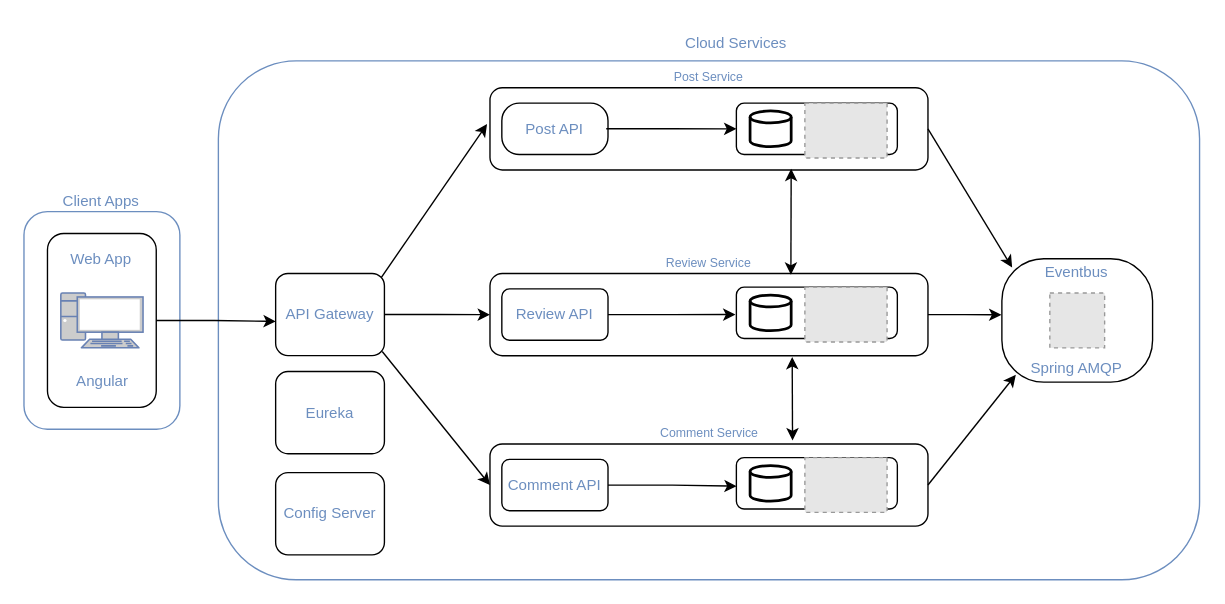
The draw.io diagram architecture/architecture.drawio in pxlit-projects/project-BeytullahDuzenliPXL, before the edit. Source tidied: cells renumbered, new cells numbered last; positions are measured from the earlier drawing's top-left corner, leaving out a move shared by most shapes. Both pictures are drawn from the tidied source at 137%, with x=0, y=0 at pixel (-7, -171). Pictures stored in the file or linked from it are replaced by grey dashed boxes.
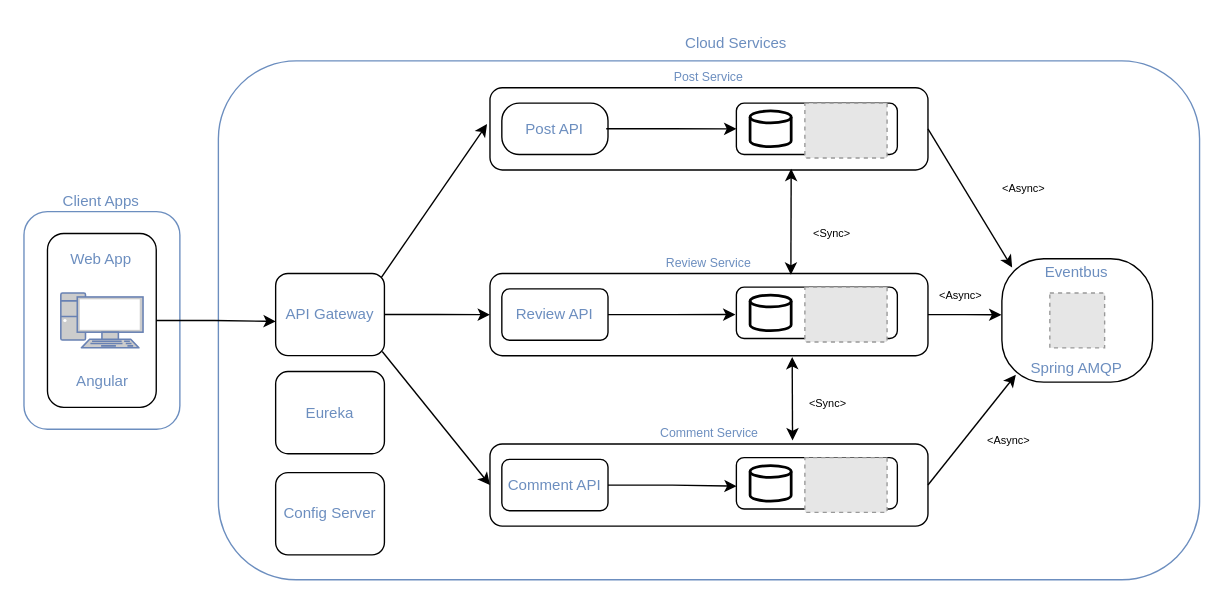
The same page after the edit.

Change to the diagram source:
```diff
@@
+    <mxCell id="53" value="&lt;font style=&quot;font-size: 8px;&quot;&gt;&amp;lt;Async&amp;gt;&lt;/font&gt;" style="text;html=1;strokeColor=none;fillColor=none;align=center;verticalAlign=middle;whiteSpace=wrap;rounded=0;" parent="1" vertex="1">
+      <mxGeometry x="722" y="246" width="60" height="30" as="geometry" />
+    </mxCell>
+    <mxCell id="54" value="&lt;font style=&quot;font-size: 8px;&quot;&gt;&amp;lt;Async&amp;gt;&lt;/font&gt;" style="text;html=1;strokeColor=none;fillColor=none;align=center;verticalAlign=middle;whiteSpace=wrap;rounded=0;" parent="1" vertex="1">
+      <mxGeometry x="675.8" y="324.2" width="60" height="30" as="geometry" />
+    </mxCell>
+    <mxCell id="55" value="&lt;font style=&quot;font-size: 8px;&quot;&gt;&amp;lt;Async&amp;gt;&lt;/font&gt;" style="text;html=1;strokeColor=none;fillColor=none;align=center;verticalAlign=middle;whiteSpace=wrap;rounded=0;" parent="1" vertex="1">
+      <mxGeometry x="710.8" y="429.8" width="60" height="30" as="geometry" />
+    </mxCell>
+    <mxCell id="56" value="&lt;font style=&quot;font-size: 8px;&quot;&gt;&amp;lt;Sync&amp;gt;&lt;/font&gt;" style="text;html=1;strokeColor=none;fillColor=none;align=center;verticalAlign=middle;whiteSpace=wrap;rounded=0;" parent="1" vertex="1">
+      <mxGeometry x="579" y="403.4" width="60" height="30" as="geometry" />
+    </mxCell>
+    <mxCell id="57" value="&lt;font style=&quot;font-size: 8px;&quot;&gt;&amp;lt;Sync&amp;gt;&lt;/font&gt;" style="text;html=1;strokeColor=none;fillColor=none;align=center;verticalAlign=middle;whiteSpace=wrap;rounded=0;" parent="1" vertex="1">
+      <mxGeometry x="582" y="278.7" width="60" height="30" as="geometry" />
+    </mxCell>
```
